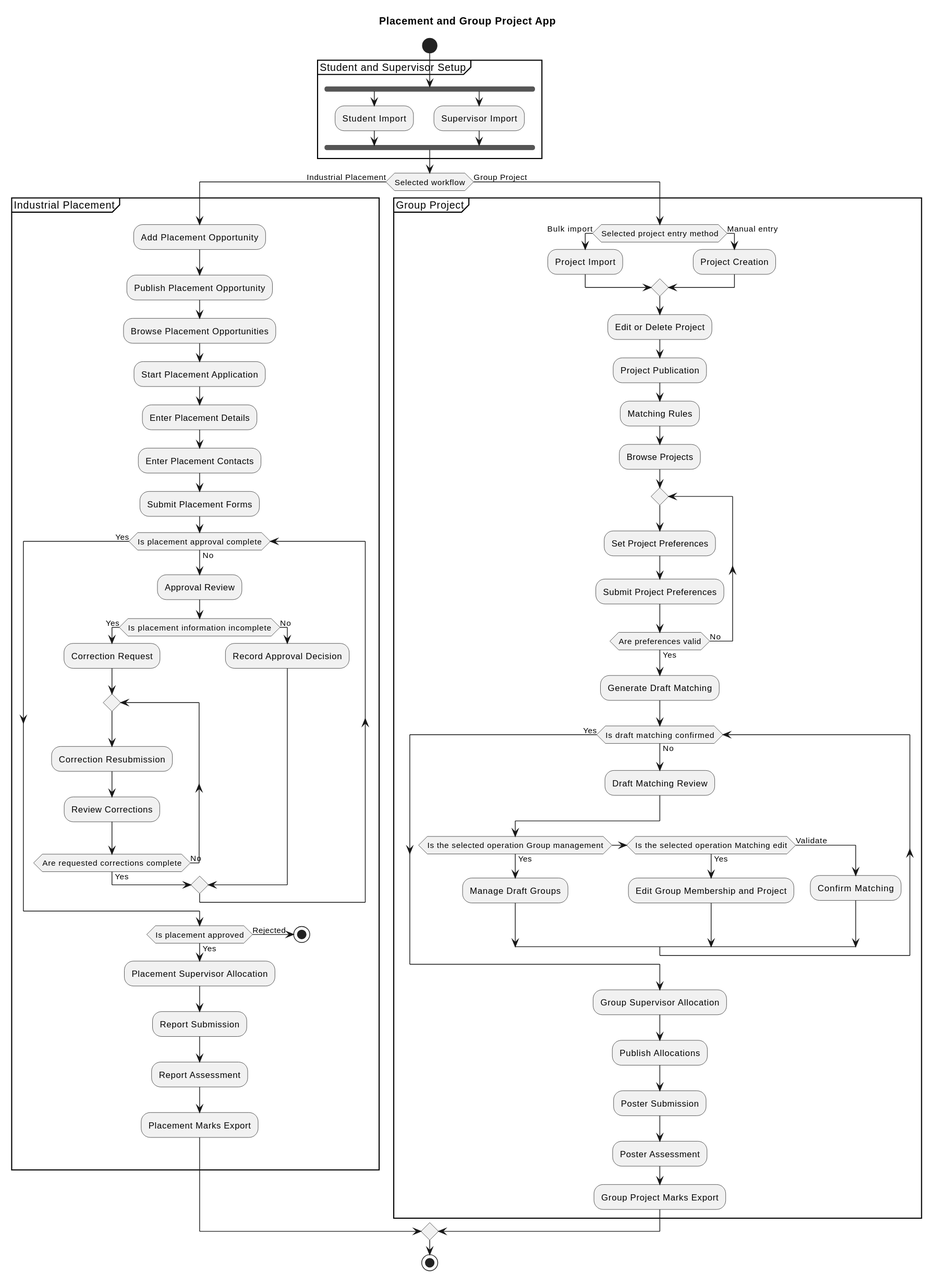
Earlier version of the PlantUML export industrial-placement-group-project/diagrams/overview.svg (sdflkjssl/sdflkjssl.github.io).
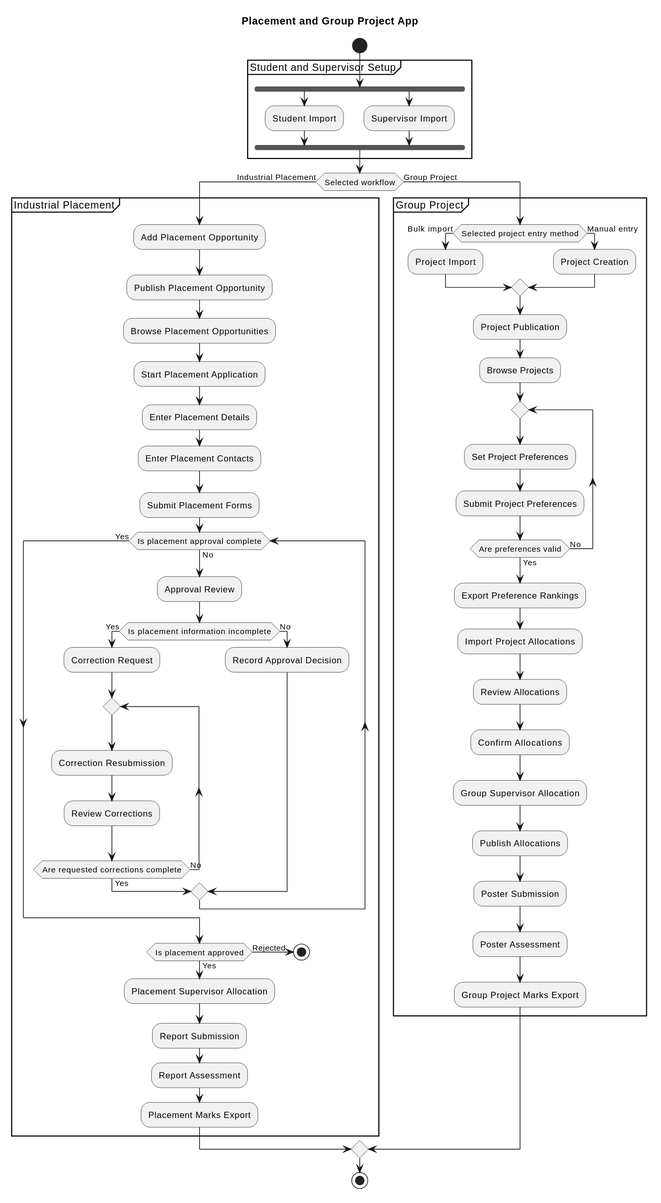
After the change.

Diff of the diagram source:
```diff
@@ -51,9 +51,7 @@
     else (Manual entry)
       :Project Creation;
     endif
-    :Edit or Delete Project;
     :Project Publication;
-    :Matching Rules;
     :Browse Projects;
 
     repeat
@@ -61,19 +59,10 @@
       :Submit Project Preferences;
     repeat while (Are preferences valid) is (No) not (Yes)
 
-    :Generate Draft Matching;
-
-    while (Is draft matching confirmed) is (No)
-      :Draft Matching Review;
-      if (Is the selected operation Group management) then (Yes)
-        :Manage Draft Groups;
-      elseif (Is the selected operation Matching edit) then (Yes)
-        :Edit Group Membership and Project;
-      else (Validate)
-        :Confirm Matching;
-      endif
-    endwhile (Yes)
-
+    :Export Preference Rankings;
+    :Import Project Allocations;
+    :Review Allocations;
+    :Confirm Allocations;
     :Group Supervisor Allocation;
     :Publish Allocations;
     :Poster Submission;
```
